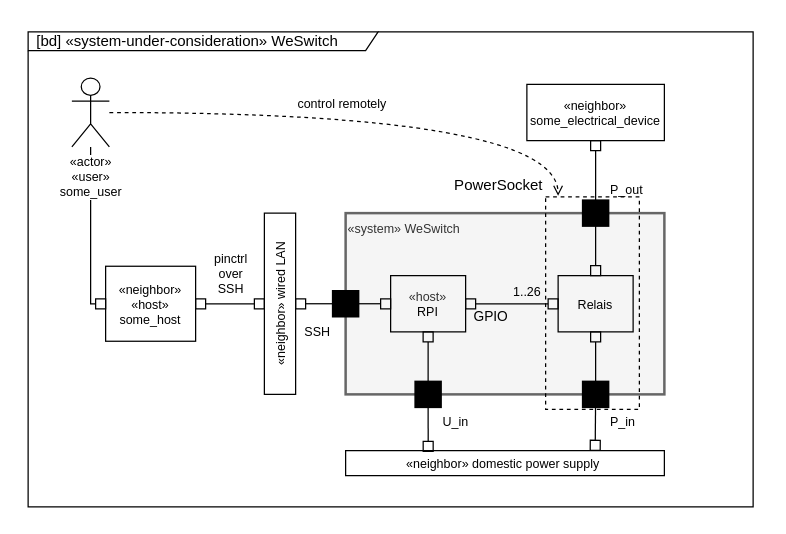
Before: docs/blog/2024-09-WeSwitch/_figures/bd_system_and_neighbors.drawio in basejumpa/basejumpa.github.io, a draw.io diagram. Source tidied: cells renumbered, new cells numbered last; positions are measured from the earlier drawing's top-left corner, leaving out a move shared by most shapes. Both pictures are drawn from the tidied source at 125%, with x=0, y=0 at pixel (21, 21).
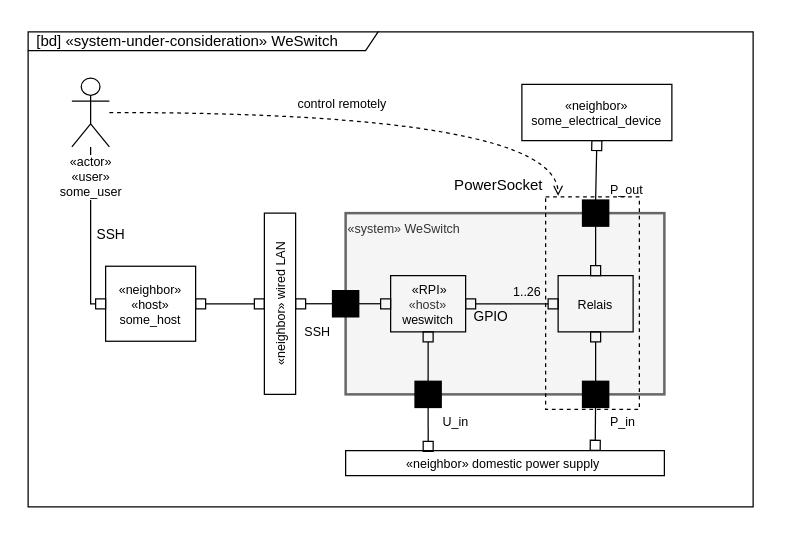
The same diagram, later.

Commit message:
«DiY» WeSwitch: Iprove block diagram

The change refers to these unchanged cells:
```xml
<mxCell id="26" style="edgeStyle=none;html=1;entryX=0;entryY=0.5;entryDx=0;entryDy=0;startArrow=box;startFill=0;endArrow=box;endFill=0;exitX=1;exitY=0.5;exitDx=0;exitDy=0;fontSize=10;" parent="22" edge="1" source="25" target="34">
  <mxGeometry relative="1" as="geometry" />
</mxCell>
<mxCell id="28" style="edgeStyle=orthogonalEdgeStyle;html=1;startArrow=box;startFill=0;endArrow=none;endFill=0;rounded=0;exitX=0;exitY=0.5;exitDx=0;exitDy=0;fontSize=10;" parent="22" edge="1" source="25" target="31">
  <mxGeometry relative="1" as="geometry" />
</mxCell>
```

What changed in the source:
```diff
@@
-    <mxCell id="16" value="&lt;span style=&quot;color: rgb(51, 51, 51); text-align: left;&quot;&gt;&amp;nbsp;«host»&amp;nbsp;&lt;/span&gt;&lt;br&gt;RPI" style="rounded=0;whiteSpace=wrap;html=1;fillColor=none;fontSize=10;" parent="13" vertex="1">
+    <mxCell id="16" value="&lt;span style=&quot;color: rgb(51, 51, 51); text-align: left;&quot;&gt;&amp;nbsp;&lt;/span&gt;«RPI»&lt;br&gt;&lt;span style=&quot;color: rgb(51, 51, 51); text-align: left;&quot;&gt;«host»&lt;br&gt;&lt;/span&gt;weswitch&lt;br&gt;" style="rounded=0;whiteSpace=wrap;html=1;fillColor=none;fontSize=10;" parent="13" vertex="1">
       <mxGeometry x="295" y="203" width="60" height="45" as="geometry" />
     </mxCell>
@@
     <mxCell id="23" value="«neighbor»&lt;br style=&quot;font-size: 10px;&quot;&gt;some_electrical_device" style="rounded=0;whiteSpace=wrap;html=1;fillColor=none;verticalAlign=middle;fontSize=10;" parent="22" vertex="1">
-      <mxGeometry x="404" y="50" width="110" height="45" as="geometry" />
+      <mxGeometry x="400" y="50" width="120" height="45" as="geometry" />
     </mxCell>
@@
-    <mxCell id="27" value="pinctrl&lt;br&gt;over&lt;br&gt;SSH" style="edgeLabel;html=1;align=center;verticalAlign=middle;fontSize=10;" parent="26" vertex="1">
-      <mxGeometry x="-0.14" relative="1" as="geometry">
-        <mxPoint x="3" y="-25" as="offset" />
-      </mxGeometry>
-    </mxCell>
@@
+    <mxCell id="37" value="SSH" style="edgeLabel;html=1;align=center;verticalAlign=middle;" parent="28" vertex="1">
+      <mxGeometry x="0.03" relative="1" as="geometry">
+        <mxPoint x="15" y="3" as="offset" />
+      </mxGeometry>
+    </mxCell>
```
